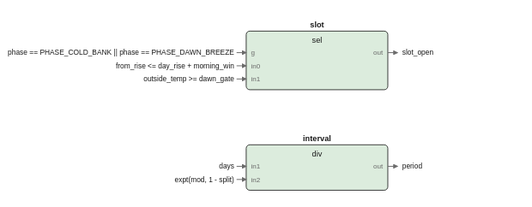
Above: images/logic/irr_schedule_fbd.drawio.svg in pstch/botanik2 (draw.io), before the change. Source tidied: cells renumbered, new cells last; positions are measured from the earlier drawing's top-left corner, leaving out a move shared by most shapes.
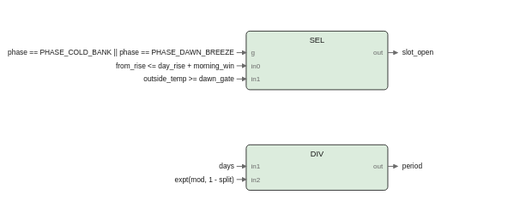
After the commit.

The edit, as a diff of the source:
```diff
@@ -5,104 +5,98 @@
     <mxCell id="2" style="rounded=1;fillColor=#dcecdd;strokeColor=#1a1a1a;whiteSpace=wrap;html=1;fontSize=8;" parent="1" vertex="1">
       <mxGeometry x="10" y="10" width="118" height="49" as="geometry" />
     </mxCell>
-    <mxCell id="3" value="slot" style="text;html=1;fontSize=6;fontColor=#1a1a1a;align=center;fontStyle=1;" parent="1" vertex="1">
-      <mxGeometry x="69" y="0.4" width="40" height="10.6" as="geometry" />
+    <mxCell id="3" value="SEL" style="text;html=1;fontSize=6;fontColor=#1a1a1a;align=center;" parent="1" vertex="1">
+      <mxGeometry x="69" y="13.4" width="40" height="10.6" as="geometry" />
     </mxCell>
-    <mxCell id="4" value="sel" style="text;html=1;fontSize=6;fontColor=#1a1a1a;align=center;" parent="1" vertex="1">
-      <mxGeometry x="69" y="13.4" width="40" height="10.6" as="geometry" />
+    <mxCell id="4" value="g" style="text;html=1;fontSize=5;fontColor=#6b6b6b;align=left;" parent="1" vertex="1">
+      <mxGeometry x="14" y="24.2" width="40" height="9.8" as="geometry" />
     </mxCell>
-    <mxCell id="5" value="g" style="text;html=1;fontSize=5;fontColor=#6b6b6b;align=left;" parent="1" vertex="1">
-      <mxGeometry x="14" y="24.2" width="40" height="9.8" as="geometry" />
+    <mxCell id="5" value="in0" style="text;html=1;fontSize=5;fontColor=#6b6b6b;align=left;" parent="1" vertex="1">
+      <mxGeometry x="14" y="35.2" width="40" height="9.8" as="geometry" />
     </mxCell>
-    <mxCell id="6" value="in0" style="text;html=1;fontSize=5;fontColor=#6b6b6b;align=left;" parent="1" vertex="1">
-      <mxGeometry x="14" y="35.2" width="40" height="9.8" as="geometry" />
+    <mxCell id="6" value="in1" style="text;html=1;fontSize=5;fontColor=#6b6b6b;align=left;" parent="1" vertex="1">
+      <mxGeometry x="14" y="46.2" width="40" height="9.8" as="geometry" />
     </mxCell>
-    <mxCell id="7" value="in1" style="text;html=1;fontSize=5;fontColor=#6b6b6b;align=left;" parent="1" vertex="1">
-      <mxGeometry x="14" y="46.2" width="40" height="9.8" as="geometry" />
+    <mxCell id="7" value="out" style="text;html=1;fontSize=5;fontColor=#6b6b6b;align=left;" parent="1" vertex="1">
+      <mxGeometry x="124" y="24.2" width="40" height="9.8" as="geometry" />
     </mxCell>
-    <mxCell id="8" value="out" style="text;html=1;fontSize=5;fontColor=#6b6b6b;align=left;" parent="1" vertex="1">
-      <mxGeometry x="124" y="24.2" width="40" height="9.8" as="geometry" />
+    <mxCell id="8" style="rounded=1;fillColor=#dcecdd;strokeColor=#1a1a1a;whiteSpace=wrap;html=1;fontSize=8;" parent="1" vertex="1">
+      <mxGeometry x="10" y="105" width="118" height="38" as="geometry" />
     </mxCell>
-    <mxCell id="9" style="rounded=1;fillColor=#dcecdd;strokeColor=#1a1a1a;whiteSpace=wrap;html=1;fontSize=8;" parent="1" vertex="1">
-      <mxGeometry x="10" y="105" width="118" height="38" as="geometry" />
+    <mxCell id="9" value="DIV" style="text;html=1;fontSize=6;fontColor=#1a1a1a;align=center;" parent="1" vertex="1">
+      <mxGeometry x="69" y="108.4" width="40" height="10.6" as="geometry" />
     </mxCell>
-    <mxCell id="10" value="interval" style="text;html=1;fontSize=6;fontColor=#1a1a1a;align=center;fontStyle=1;" parent="1" vertex="1">
-      <mxGeometry x="69" y="95.4" width="40" height="10.6" as="geometry" />
+    <mxCell id="10" value="in1" style="text;html=1;fontSize=5;fontColor=#6b6b6b;align=left;" parent="1" vertex="1">
+      <mxGeometry x="14" y="119.2" width="40" height="9.8" as="geometry" />
     </mxCell>
-    <mxCell id="11" value="div" style="text;html=1;fontSize=6;fontColor=#1a1a1a;align=center;" parent="1" vertex="1">
-      <mxGeometry x="69" y="108.4" width="40" height="10.6" as="geometry" />
+    <mxCell id="11" value="in2" style="text;html=1;fontSize=5;fontColor=#6b6b6b;align=left;" parent="1" vertex="1">
+      <mxGeometry x="14" y="130.2" width="40" height="9.8" as="geometry" />
     </mxCell>
-    <mxCell id="12" value="in1" style="text;html=1;fontSize=5;fontColor=#6b6b6b;align=left;" parent="1" vertex="1">
-      <mxGeometry x="14" y="119.2" width="40" height="9.8" as="geometry" />
+    <mxCell id="12" value="out" style="text;html=1;fontSize=5;fontColor=#6b6b6b;align=left;" parent="1" vertex="1">
+      <mxGeometry x="124" y="119.2" width="40" height="9.8" as="geometry" />
     </mxCell>
-    <mxCell id="13" value="in2" style="text;html=1;fontSize=5;fontColor=#6b6b6b;align=left;" parent="1" vertex="1">
-      <mxGeometry x="14" y="130.2" width="40" height="9.8" as="geometry" />
+    <mxCell id="13" value="phase == PHASE_COLD_BANK || phase == PHASE_DAWN_BREEZE" style="text;html=1;fontSize=6;fontColor=#1a1a1a;align=left;" parent="1" vertex="1">
+      <mxGeometry y="24" width="270" height="10" as="geometry" />
     </mxCell>
-    <mxCell id="14" value="out" style="text;html=1;fontSize=5;fontColor=#6b6b6b;align=left;" parent="1" vertex="1">
-      <mxGeometry x="124" y="119.2" width="40" height="9.8" as="geometry" />
-    </mxCell>
+    <mxCell id="29" style="edgeStyle=none;html=1;strokeColor=#6b6b6b;endArrow=block;" parent="1" edge="1">
+      <mxGeometry relative="1" as="geometry">
+        <mxPoint x="2" y="28" as="sourcePoint" />
+        <mxPoint x="10" y="28" as="targetPoint" />
+      </mxGeometry>
+    </mxCell>
-    <mxCell id="15" value="phase == PHASE_COLD_BANK || phase == PHASE_DAWN_BREEZE" style="text;html=1;fontSize=6;fontColor=#1a1a1a;align=left;" parent="1" vertex="1">
-      <mxGeometry y="24" width="270" height="10" as="geometry" />
+    <mxCell id="15" value="from_rise &lt;= day_rise + morning_win" style="text;html=1;fontSize=6;fontColor=#1a1a1a;align=left;" parent="1" vertex="1">
+      <mxGeometry y="35" width="175" height="10" as="geometry" />
     </mxCell>
     <mxCell id="16" style="edgeStyle=none;html=1;strokeColor=#6b6b6b;endArrow=block;" parent="1" edge="1">
       <mxGeometry relative="1" as="geometry">
-        <mxPoint x="2" y="28" as="sourcePoint" />
-        <mxPoint x="10" y="28" as="targetPoint" />
+        <mxPoint x="2" y="39" as="sourcePoint" />
+        <mxPoint x="10" y="39" as="targetPoint" />
       </mxGeometry>
     </mxCell>
-    <mxCell id="17" value="from_rise &lt;= day_rise + morning_win" style="text;html=1;fontSize=6;fontColor=#1a1a1a;align=left;" parent="1" vertex="1">
-      <mxGeometry y="35" width="175" height="10" as="geometry" />
+    <mxCell id="17" value="outside_temp &gt;= dawn_gate" style="text;html=1;fontSize=6;fontColor=#1a1a1a;align=left;" parent="1" vertex="1">
+      <mxGeometry y="46" width="125" height="10" as="geometry" />
     </mxCell>
     <mxCell id="18" style="edgeStyle=none;html=1;strokeColor=#6b6b6b;endArrow=block;" parent="1" edge="1">
       <mxGeometry relative="1" as="geometry">
-        <mxPoint x="2" y="39" as="sourcePoint" />
-        <mxPoint x="10" y="39" as="targetPoint" />
+        <mxPoint x="2" y="50" as="sourcePoint" />
+        <mxPoint x="10" y="50" as="targetPoint" />
       </mxGeometry>
     </mxCell>
-    <mxCell id="19" value="outside_temp &gt;= dawn_gate" style="text;html=1;fontSize=6;fontColor=#1a1a1a;align=left;" parent="1" vertex="1">
-      <mxGeometry y="46" width="125" height="10" as="geometry" />
+    <mxCell id="19" value="days" style="text;html=1;fontSize=6;fontColor=#1a1a1a;align=left;" parent="1" vertex="1">
+      <mxGeometry y="119" width="40" height="10" as="geometry" />
     </mxCell>
     <mxCell id="20" style="edgeStyle=none;html=1;strokeColor=#6b6b6b;endArrow=block;" parent="1" edge="1">
       <mxGeometry relative="1" as="geometry">
-        <mxPoint x="2" y="50" as="sourcePoint" />
-        <mxPoint x="10" y="50" as="targetPoint" />
+        <mxPoint x="2" y="123" as="sourcePoint" />
+        <mxPoint x="10" y="123" as="targetPoint" />
       </mxGeometry>
     </mxCell>
-    <mxCell id="21" value="days" style="text;html=1;fontSize=6;fontColor=#1a1a1a;align=left;" parent="1" vertex="1">
-      <mxGeometry y="119" width="40" height="10" as="geometry" />
+    <mxCell id="21" value="expt(mod, 1 - split)" style="text;html=1;fontSize=6;fontColor=#1a1a1a;align=left;" parent="1" vertex="1">
+      <mxGeometry y="130" width="100" height="10" as="geometry" />
     </mxCell>
     <mxCell id="22" style="edgeStyle=none;html=1;strokeColor=#6b6b6b;endArrow=block;" parent="1" edge="1">
       <mxGeometry relative="1" as="geometry">
-        <mxPoint x="2" y="123" as="sourcePoint" />
-        <mxPoint x="10" y="123" as="targetPoint" />
+        <mxPoint x="2" y="134" as="sourcePoint" />
+        <mxPoint x="10" y="134" as="targetPoint" />
       </mxGeometry>
     </mxCell>
-    <mxCell id="23" value="expt(mod, 1 - split)" style="text;html=1;fontSize=6;fontColor=#1a1a1a;align=left;" parent="1" vertex="1">
-      <mxGeometry y="130" width="100" height="10" as="geometry" />
-    </mxCell>
-    <mxCell id="24" style="edgeStyle=none;html=1;strokeColor=#6b6b6b;endArrow=block;" parent="1" edge="1">
-      <mxGeometry relative="1" as="geometry">
-        <mxPoint x="2" y="134" as="sourcePoint" />
-        <mxPoint x="10" y="134" as="targetPoint" />
-      </mxGeometry>
-    </mxCell>
+    <mxCell id="30" style="edgeStyle=none;html=1;strokeColor=#6b6b6b;endArrow=block;" parent="1" edge="1">
+      <mxGeometry relative="1" as="geometry">
+        <mxPoint x="128" y="28" as="sourcePoint" />
+        <mxPoint x="136" y="28" as="targetPoint" />
+      </mxGeometry>
+    </mxCell>
+    <mxCell id="31" value="slot_open" style="text;html=1;fontSize=6;fontColor=#1a1a1a;align=left;" parent="1" vertex="1">
+      <mxGeometry x="140" y="24" width="45" height="10" as="geometry" />
+    </mxCell>
     <mxCell id="25" style="edgeStyle=none;html=1;strokeColor=#6b6b6b;endArrow=block;" parent="1" edge="1">
       <mxGeometry relative="1" as="geometry">
-        <mxPoint x="128" y="28" as="sourcePoint" />
-        <mxPoint x="136" y="28" as="targetPoint" />
+        <mxPoint x="128" y="123" as="sourcePoint" />
+        <mxPoint x="136" y="123" as="targetPoint" />
       </mxGeometry>
     </mxCell>
-    <mxCell id="26" value="slot_open" style="text;html=1;fontSize=6;fontColor=#1a1a1a;align=left;" parent="1" vertex="1">
-      <mxGeometry x="140" y="24" width="45" height="10" as="geometry" />
+    <mxCell id="26" value="period" style="text;html=1;fontSize=6;fontColor=#1a1a1a;align=left;" parent="1" vertex="1">
+      <mxGeometry x="140" y="119" width="40" height="10" as="geometry" />
     </mxCell>
-    <mxCell id="27" style="edgeStyle=none;html=1;strokeColor=#6b6b6b;endArrow=block;" parent="1" edge="1">
-      <mxGeometry relative="1" as="geometry">
-        <mxPoint x="128" y="123" as="sourcePoint" />
-        <mxPoint x="136" y="123" as="targetPoint" />
-      </mxGeometry>
-    </mxCell>
-    <mxCell id="28" value="period" style="text;html=1;fontSize=6;fontColor=#1a1a1a;align=left;" parent="1" vertex="1">
-      <mxGeometry x="140" y="119" width="40" height="10" as="geometry" />
-    </mxCell>
   </root>
 </mxGraphModel>
```
